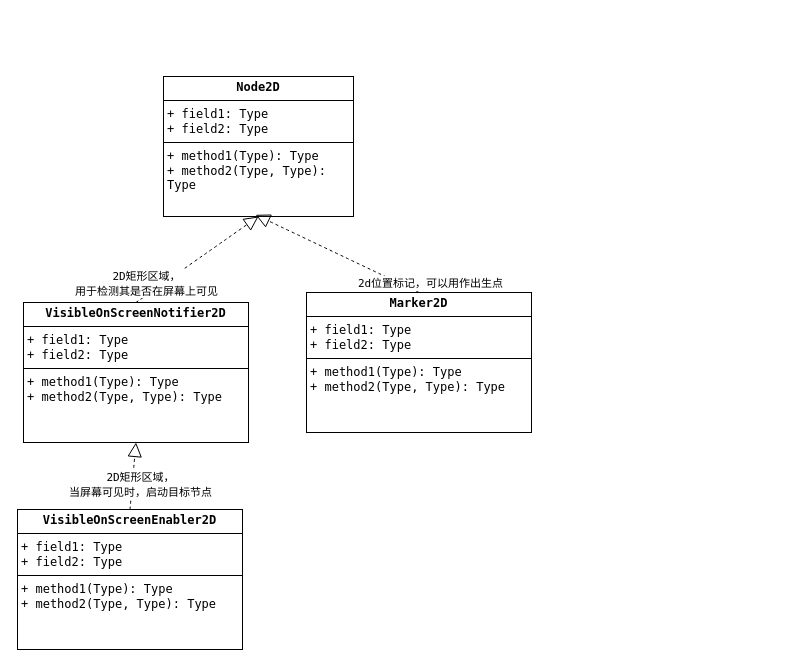
Before: page "其他" (8 of 8) of gotdot.drawio in GitHub7796/godotLearn, a draw.io diagram. Source tidied: cells renumbered, new cells numbered last; positions are measured from the earlier drawing's top-left corner, leaving out a move shared by most shapes. Both pictures are drawn from the tidied source at 100%, with x=0, y=0 at pixel (17, 76).
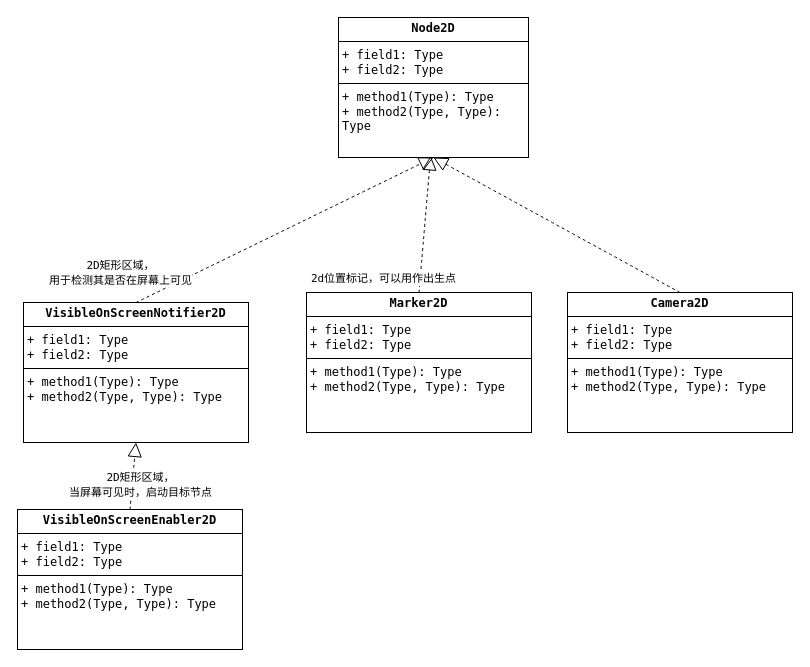
The same page after the edit.

Diff of the diagram source:
```diff
@@
 <mxGraphModel>
   <root>
     <mxCell id="0" />
     <mxCell id="1" parent="0" />
     <mxCell id="2" value="&lt;p style=&quot;margin:0px;margin-top:4px;text-align:center;&quot;&gt;&lt;b&gt;Node2D&lt;/b&gt;&lt;br&gt;&lt;/p&gt;&lt;hr style=&quot;border-style:solid;&quot; size=&quot;1&quot;&gt;&lt;p style=&quot;margin:0px;margin-left:4px;&quot;&gt;+ field1: Type&lt;br&gt;+ field2: Type&lt;/p&gt;&lt;hr style=&quot;border-style:solid;&quot; size=&quot;1&quot;&gt;&lt;p style=&quot;margin:0px;margin-left:4px;&quot;&gt;+ method1(Type): Type&lt;br&gt;+ method2(Type, Type): Type&lt;/p&gt;" style="verticalAlign=top;align=left;overflow=fill;html=1;whiteSpace=wrap;fontFamily=Lucida Console;" parent="1" vertex="1">
-      <mxGeometry x="146" width="190" height="140" as="geometry" />
+      <mxGeometry x="321" y="-59" width="190" height="140" as="geometry" />
     </mxCell>
     <mxCell id="3" style="endArrow=block;dashed=1;endFill=0;endSize=12;html=1;rounded=0;fontSize=12;curved=1;fontFamily=Lucida Console;exitX=0.5;exitY=0;exitDx=0;exitDy=0;entryX=0.5;entryY=1;entryDx=0;entryDy=0;" parent="1" edge="1" source="5" target="2">
       <mxGeometry relative="1" as="geometry" />
     </mxCell>
     <mxCell id="4" value="&lt;font face=&quot;Lucida Console&quot;&gt;&lt;span style=&quot;font-size: 11px;&quot;&gt;2D矩形区域，&lt;br&gt;用于检测其是否在屏幕上可见&lt;/span&gt;&lt;/font&gt;" style="edgeLabel;html=1;align=center;verticalAlign=middle;fontSize=12;" parent="3" vertex="1">
       <mxGeometry x="0.01" y="1" relative="1" as="geometry">
-        <mxPoint x="-52" y="25" as="offset" />
+        <mxPoint x="-166" y="44" as="offset" />
       </mxGeometry>
     </mxCell>
     <mxCell id="5" value="&lt;p style=&quot;margin:0px;margin-top:4px;text-align:center;&quot;&gt;&lt;b&gt;VisibleOnScreenNotifier2D&lt;/b&gt;&lt;br&gt;&lt;/p&gt;&lt;hr style=&quot;border-style:solid;&quot; size=&quot;1&quot;&gt;&lt;p style=&quot;margin:0px;margin-left:4px;&quot;&gt;+ field1: Type&lt;br&gt;+ field2: Type&lt;/p&gt;&lt;hr style=&quot;border-style:solid;&quot; size=&quot;1&quot;&gt;&lt;p style=&quot;margin:0px;margin-left:4px;&quot;&gt;+ method1(Type): Type&lt;br&gt;+ method2(Type, Type): Type&lt;/p&gt;" style="verticalAlign=top;align=left;overflow=fill;html=1;whiteSpace=wrap;fontFamily=Lucida Console;" parent="1" vertex="1">
       <mxGeometry x="6" y="226" width="225" height="140" as="geometry" />
     </mxCell>
     <mxCell id="6" value="&lt;p style=&quot;margin:0px;margin-top:4px;text-align:center;&quot;&gt;&lt;b&gt;VisibleOnScreenEnabler2D&lt;/b&gt;&lt;br&gt;&lt;/p&gt;&lt;hr style=&quot;border-style:solid;&quot; size=&quot;1&quot;&gt;&lt;p style=&quot;margin:0px;margin-left:4px;&quot;&gt;+ field1: Type&lt;br&gt;+ field2: Type&lt;/p&gt;&lt;hr style=&quot;border-style:solid;&quot; size=&quot;1&quot;&gt;&lt;p style=&quot;margin:0px;margin-left:4px;&quot;&gt;+ method1(Type): Type&lt;br&gt;+ method2(Type, Type): Type&lt;/p&gt;" style="verticalAlign=top;align=left;overflow=fill;html=1;whiteSpace=wrap;fontFamily=Lucida Console;" parent="1" vertex="1">
       <mxGeometry y="433" width="225" height="140" as="geometry" />
     </mxCell>
     <mxCell id="7" style="endArrow=block;dashed=1;endFill=0;endSize=12;html=1;rounded=0;fontSize=12;curved=1;fontFamily=Lucida Console;exitX=0.5;exitY=0;exitDx=0;exitDy=0;entryX=0.5;entryY=1;entryDx=0;entryDy=0;" parent="1" edge="1" source="6" target="5">
       <mxGeometry relative="1" as="geometry" />
     </mxCell>
     <mxCell id="8" value="&lt;font face=&quot;Lucida Console&quot;&gt;&lt;span style=&quot;font-size: 11px;&quot;&gt;2D矩形区域，&lt;br&gt;当屏幕可见时，启动目标节点&lt;/span&gt;&lt;/font&gt;" style="edgeLabel;html=1;align=center;verticalAlign=middle;fontSize=12;" parent="7" vertex="1">
       <mxGeometry x="0.01" y="1" relative="1" as="geometry">
         <mxPoint x="8" y="8" as="offset" />
       </mxGeometry>
     </mxCell>
     <mxCell id="9" value="&lt;p style=&quot;margin:0px;margin-top:4px;text-align:center;&quot;&gt;&lt;b&gt;Marker2D&lt;/b&gt;&lt;br&gt;&lt;/p&gt;&lt;hr style=&quot;border-style:solid;&quot; size=&quot;1&quot;&gt;&lt;p style=&quot;margin:0px;margin-left:4px;&quot;&gt;+ field1: Type&lt;br&gt;+ field2: Type&lt;/p&gt;&lt;hr style=&quot;border-style:solid;&quot; size=&quot;1&quot;&gt;&lt;p style=&quot;margin:0px;margin-left:4px;&quot;&gt;+ method1(Type): Type&lt;br&gt;+ method2(Type, Type): Type&lt;/p&gt;" style="verticalAlign=top;align=left;overflow=fill;html=1;whiteSpace=wrap;fontFamily=Lucida Console;" parent="1" vertex="1">
       <mxGeometry x="289" y="216" width="225" height="140" as="geometry" />
     </mxCell>
     <mxCell id="10" style="endArrow=block;dashed=1;endFill=0;endSize=12;html=1;rounded=0;fontSize=12;curved=1;fontFamily=Lucida Console;exitX=0.5;exitY=0;exitDx=0;exitDy=0;entryX=0.485;entryY=0.988;entryDx=0;entryDy=0;entryPerimeter=0;" parent="1" edge="1" source="9" target="2">
       <mxGeometry relative="1" as="geometry" />
     </mxCell>
     <mxCell id="11" value="&lt;font face=&quot;Lucida Console&quot;&gt;&lt;span style=&quot;font-size: 11px;&quot;&gt;2d位置标记，可以用作出生点&lt;/span&gt;&lt;/font&gt;" style="edgeLabel;html=1;align=center;verticalAlign=middle;fontSize=12;" parent="10" vertex="1">
       <mxGeometry x="0.01" y="1" relative="1" as="geometry">
-        <mxPoint x="94" y="29" as="offset" />
+        <mxPoint x="-41" y="54" as="offset" />
       </mxGeometry>
     </mxCell>
+    <mxCell id="12" value="&lt;p style=&quot;margin:0px;margin-top:4px;text-align:center;&quot;&gt;&lt;b&gt;Camera2D&lt;/b&gt;&lt;br&gt;&lt;/p&gt;&lt;hr style=&quot;border-style:solid;&quot; size=&quot;1&quot;&gt;&lt;p style=&quot;margin:0px;margin-left:4px;&quot;&gt;+ field1: Type&lt;br&gt;+ field2: Type&lt;/p&gt;&lt;hr style=&quot;border-style:solid;&quot; size=&quot;1&quot;&gt;&lt;p style=&quot;margin:0px;margin-left:4px;&quot;&gt;+ method1(Type): Type&lt;br&gt;+ method2(Type, Type): Type&lt;/p&gt;" style="verticalAlign=top;align=left;overflow=fill;html=1;whiteSpace=wrap;fontFamily=Lucida Console;" parent="1" vertex="1">
+      <mxGeometry x="550" y="216" width="225" height="140" as="geometry" />
+    </mxCell>
+    <mxCell id="13" style="endArrow=block;dashed=1;endFill=0;endSize=12;html=1;rounded=0;fontSize=12;curved=1;fontFamily=Lucida Console;exitX=0.5;exitY=0;exitDx=0;exitDy=0;entryX=0.5;entryY=1;entryDx=0;entryDy=0;" parent="1" edge="1" source="12" target="2">
+      <mxGeometry relative="1" as="geometry" />
+    </mxCell>
   </root>
 </mxGraphModel>
```
